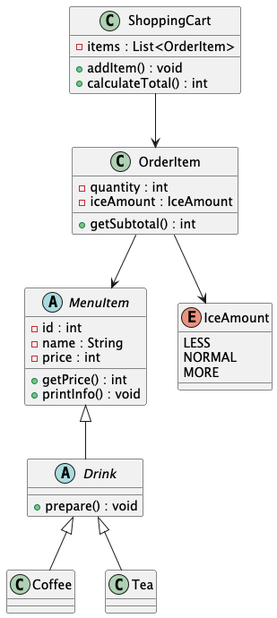
Before: diagram.png, a diagram exported from PlantUML (100-hours-a-week/KTB4_Neo_Week1).
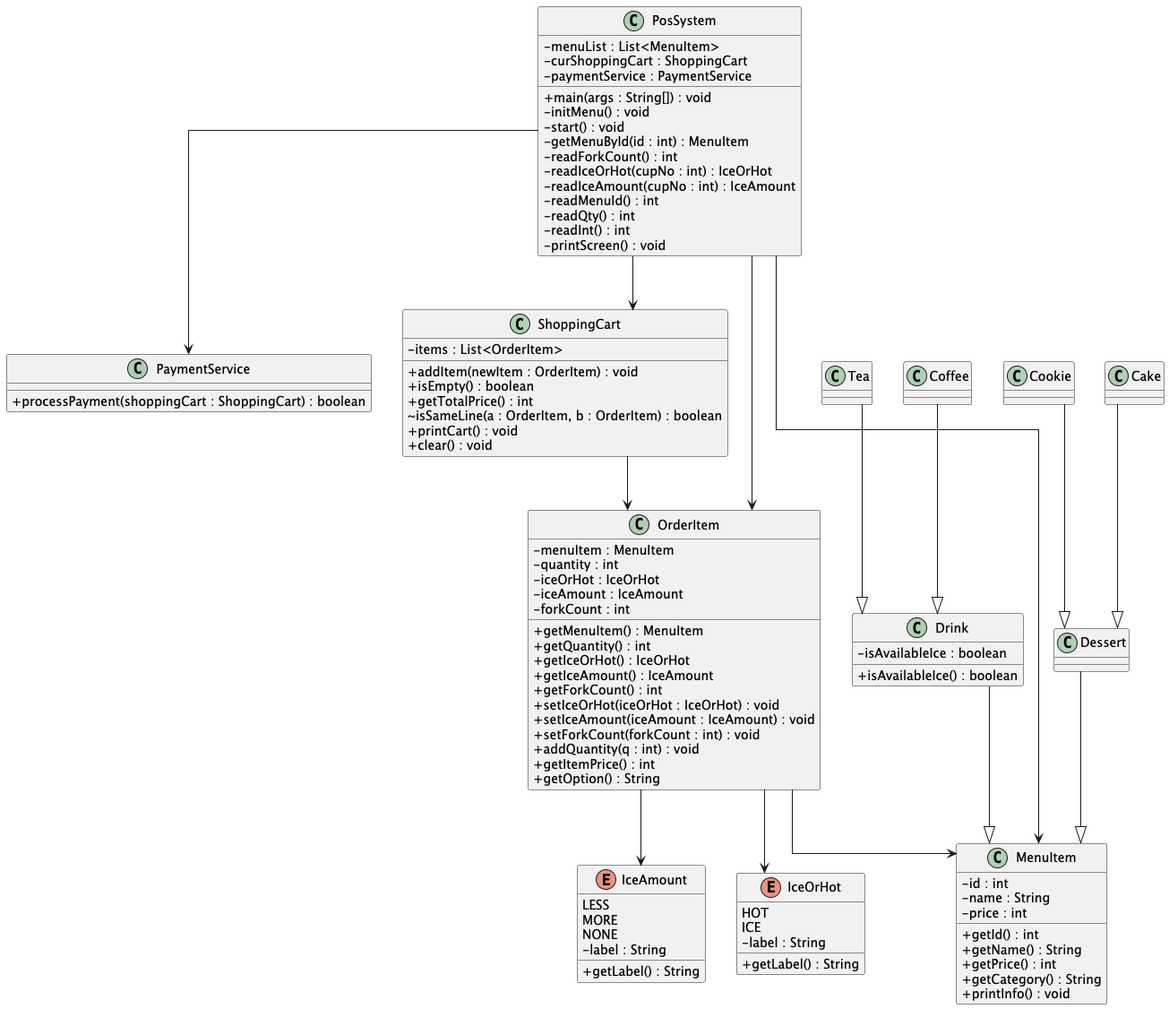
The same file after the commit.

Commit message:
fix : class diagram 보완 및 불필요 코드 리펙터링

Change to the diagram source:
```diff
@@ -1,48 +1,110 @@
 @startuml
+skinparam classAttributeIconSize 0
+skinparam linetype ortho
 
-abstract class MenuItem {
-    - id : int
-    - name : String
-    - price : int
-
-    + getPrice() : int
-    + printInfo() : void
+class PosSystem {
+  - menuList : List<MenuItem>
+  - curShoppingCart : ShoppingCart
+  - paymentService : PaymentService
+  + main(args : String[]) : void
+  - initMenu() : void
+  - start() : void
+  - getMenuById(id : int) : MenuItem
+  - readForkCount() : int
+  - readIceOrHot(cupNo : int) : IceOrHot
+  - readIceAmount(cupNo : int) : IceAmount
+  - readMenuId() : int
+  - readQty() : int
+  - readInt() : int
+  - printScreen() : void
 }
 
-abstract class Drink {
-    + prepare() : void
+class PaymentService {
+  + processPayment(shoppingCart : ShoppingCart) : boolean
 }
 
-class Coffee
-class Tea
+class MenuItem {
+  - id : int
+  - name : String
+  - price : int
+  + getId() : int
+  + getName() : String
+  + getPrice() : int
+  + getCategory() : String
+  + printInfo() : void
+}
+class Drink {
+  - isAvailableIce : boolean
+  + isAvailableIce() : boolean
+}
+class Dessert {
+}
+class Coffee {
+}
+class Tea {
+}
+class Cake {
+}
+class Cookie {
+}
 
 class OrderItem {
-    - quantity : int
-    - iceAmount : IceAmount
+  - menuItem : MenuItem
+  - quantity : int
+  - iceOrHot : IceOrHot
+  - iceAmount : IceAmount
+  - forkCount : int
+  + getMenuItem() : MenuItem
+  + getQuantity() : int
+  + getIceOrHot() : IceOrHot
+  + getIceAmount() : IceAmount
+  + getForkCount() : int
+  + setIceOrHot(iceOrHot : IceOrHot) : void
+  + setIceAmount(iceAmount : IceAmount) : void
+  + setForkCount(forkCount : int) : void
+  + addQuantity(q : int) : void
+  + getItemPrice() : int
+  + getOption() : String
+}
 
-    + getSubtotal() : int
+enum IceOrHot {
+  HOT
+  ICE
+  - label : String
+  + getLabel() : String
+}
+enum IceAmount {
+  LESS
+  MORE
+  NONE
+  - label : String
+  + getLabel() : String
 }
 
 class ShoppingCart {
-    - items : List<OrderItem>
-
-    + addItem() : void
-    + calculateTotal() : int
+  - items : List<OrderItem>
+  + addItem(newItem : OrderItem) : void
+  + isEmpty() : boolean
+  + getTotalPrice() : int
+  ~ isSameLine(a : OrderItem, b : OrderItem) : boolean
+  + printCart() : void
+  + clear() : void
 }
 
-enum IceAmount {
-    LESS
-    NORMAL
-    MORE
-}
+Drink --|> MenuItem
+Dessert --|> MenuItem
+Coffee --|> Drink
+Tea --|> Drink
+Cake --|> Dessert
+Cookie --|> Dessert
 
-MenuItem <|-- Drink
-Drink <|-- Coffee
-Drink <|-- Tea
-
+ShoppingCart --> OrderItem
 OrderItem --> MenuItem
+OrderItem --> IceOrHot
 OrderItem --> IceAmount
 
-ShoppingCart --> OrderItem
-
+PosSystem --> ShoppingCart
+PosSystem --> PaymentService
+PosSystem --> MenuItem
+PosSystem --> OrderItem
 @enduml
```
